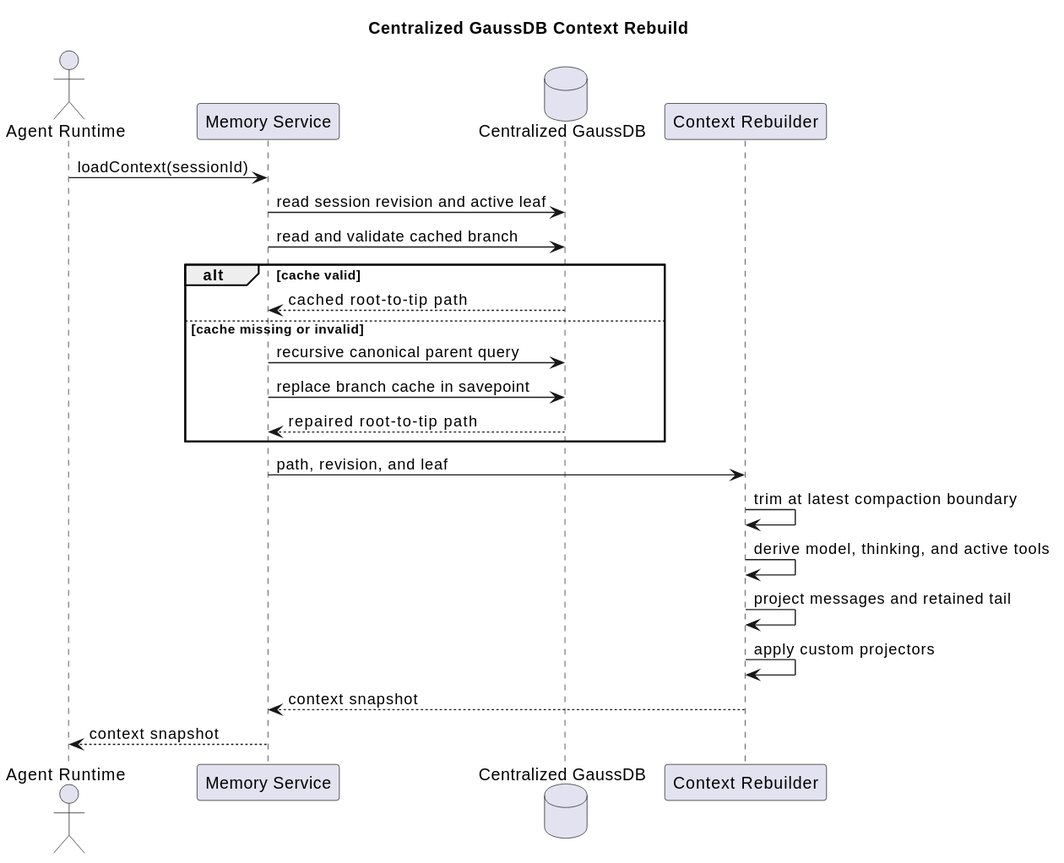
Above: diagrams/memory/memory-context-rebuild.svg in superheromeZzh/pi-mono-java-design (PlantUML), before the change.
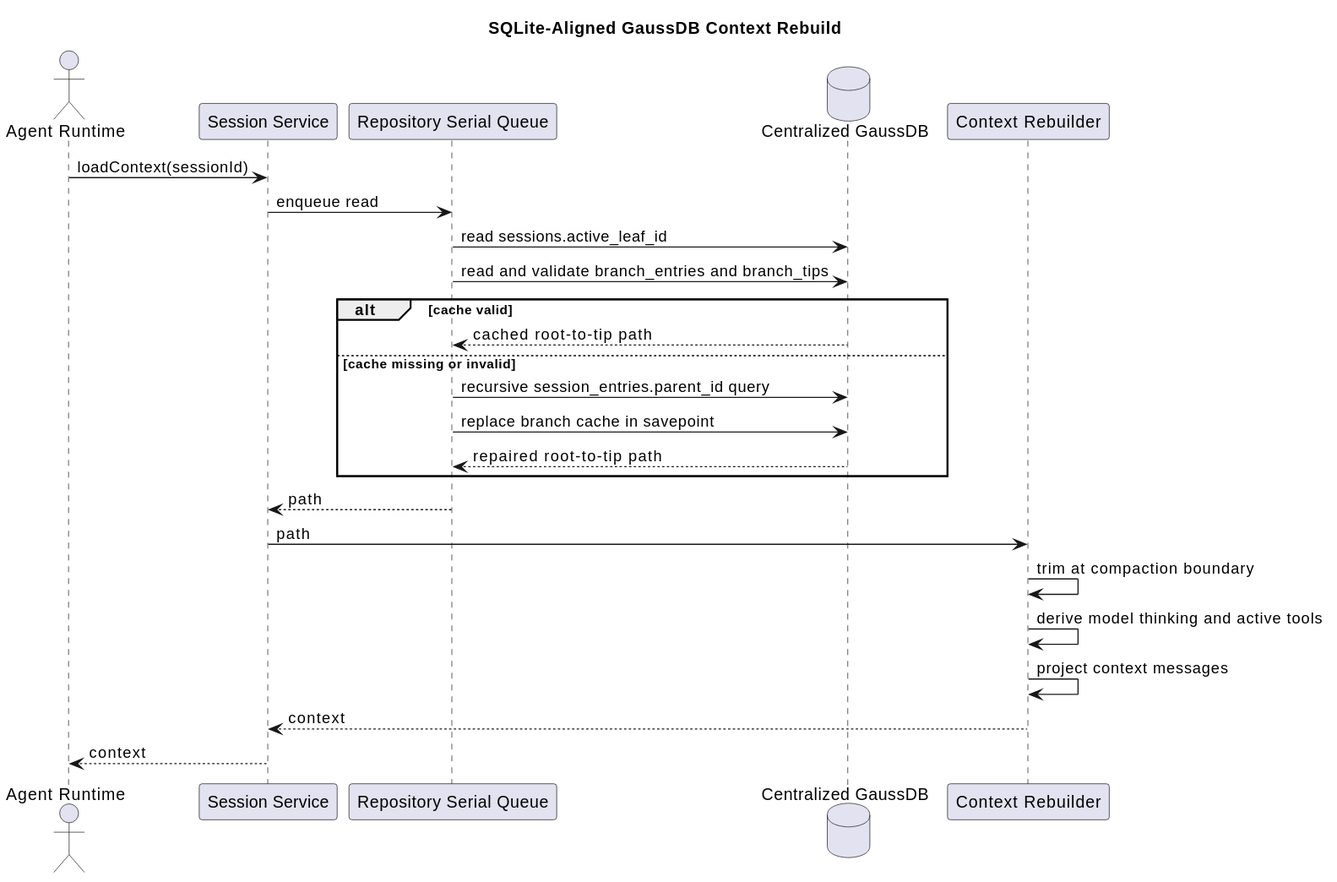
Above is the later version.

Commit message:
docs(memory): match GaussDB schema to SQLite

Diff of the diagram source:
```diff
@@ -1,28 +1,30 @@
 @startuml
-title Centralized GaussDB Context Rebuild
+title SQLite-Aligned GaussDB Context Rebuild
 skinparam backgroundColor #FFFFFF
 
 
 actor "Agent Runtime" as runtime
-participant "Memory Service" as memory
+participant "Session Service" as service
+participant "Repository Serial Queue" as queue
 database "Centralized GaussDB" as db
 participant "Context Rebuilder" as rebuild
 
-runtime -> memory : loadContext(sessionId)
-memory -> db : read session revision and active leaf
-memory -> db : read and validate cached branch
+runtime -> service : loadContext(sessionId)
+service -> queue : enqueue read
+queue -> db : read sessions.active_leaf_id
+queue -> db : read and validate branch_entries and branch_tips
 alt cache valid
-  db --> memory : cached root-to-tip path
+  db --> queue : cached root-to-tip path
 else cache missing or invalid
-  memory -> db : recursive canonical parent query
-  memory -> db : replace branch cache in savepoint
-  db --> memory : repaired root-to-tip path
+  queue -> db : recursive session_entries.parent_id query
+  queue -> db : replace branch cache in savepoint
+  db --> queue : repaired root-to-tip path
 end
-memory -> rebuild : path, revision, and leaf
-rebuild -> rebuild : trim at latest compaction boundary
-rebuild -> rebuild : derive model, thinking, and active tools
-rebuild -> rebuild : project messages and retained tail
-rebuild -> rebuild : apply custom projectors
-rebuild --> memory : context snapshot
-memory --> runtime : context snapshot
+queue --> service : path
+service -> rebuild : path
+rebuild -> rebuild : trim at compaction boundary
+rebuild -> rebuild : derive model thinking and active tools
+rebuild -> rebuild : project context messages
+rebuild --> service : context
+service --> runtime : context
 @enduml
```
